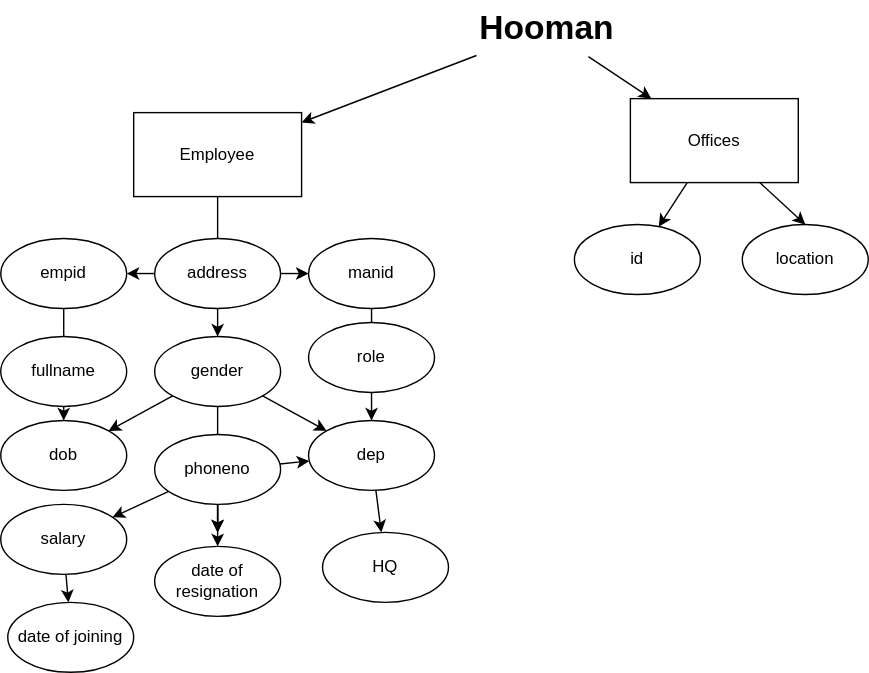
Earlier version of the draw.io export erd.drawio.svg (Ravish-Ranjan/sem2). Source tidied: cells renumbered, new cells last; positions are measured from the earlier drawing's top-left corner, leaving out a move shared by most shapes.
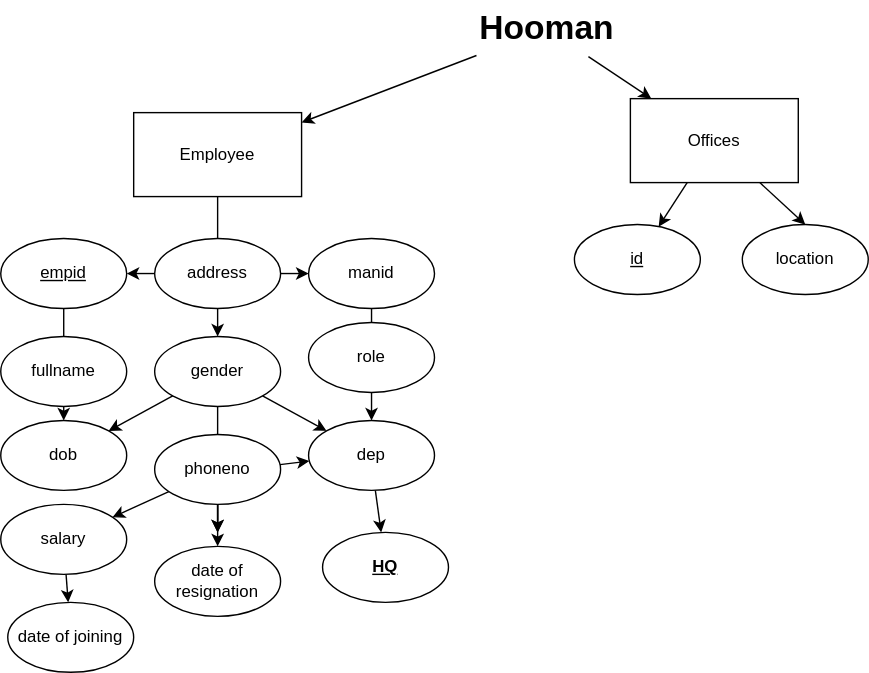
After the change.

The edit, as a diff of the source:
```diff
@@ -29,7 +29,7 @@
     <mxCell id="10" style="edgeStyle=none;html=1;" parent="1" edge="1" source="11" target="13">
       <mxGeometry relative="1" as="geometry" />
     </mxCell>
-    <mxCell id="11" value="empid" style="ellipse;whiteSpace=wrap;html=1;" parent="1" vertex="1">
+    <mxCell id="11" value="&lt;u&gt;empid&lt;/u&gt;" style="ellipse;whiteSpace=wrap;html=1;" parent="1" vertex="1">
       <mxGeometry y="170" width="90" height="50" as="geometry" />
     </mxCell>
     <mxCell id="12" value="fullname" style="ellipse;whiteSpace=wrap;html=1;" parent="1" vertex="1">
@@ -99,13 +99,13 @@
     <mxCell id="32" style="edgeStyle=none;html=1;exitX=0.5;exitY=1;exitDx=0;exitDy=0;" parent="1" edge="1" source="24" target="37">
       <mxGeometry relative="1" as="geometry" />
     </mxCell>
-    <mxCell id="33" value="id" style="ellipse;whiteSpace=wrap;html=1;" parent="1" vertex="1">
+    <mxCell id="33" value="&lt;u&gt;id&lt;/u&gt;" style="ellipse;whiteSpace=wrap;html=1;" parent="1" vertex="1">
       <mxGeometry x="410" y="160" width="90" height="50" as="geometry" />
     </mxCell>
     <mxCell id="34" value="location" style="ellipse;whiteSpace=wrap;html=1;" parent="1" vertex="1">
       <mxGeometry x="530" y="160" width="90" height="50" as="geometry" />
     </mxCell>
-    <mxCell id="35" value="HQ" style="ellipse;whiteSpace=wrap;html=1;" parent="1" vertex="1">
+    <mxCell id="35" value="&lt;b&gt;&lt;u&gt;HQ&lt;/u&gt;&lt;/b&gt;" style="ellipse;whiteSpace=wrap;html=1;" parent="1" vertex="1">
       <mxGeometry x="230" y="380" width="90" height="50" as="geometry" />
     </mxCell>
     <mxCell id="36" value="date of joining" style="ellipse;whiteSpace=wrap;html=1;" parent="1" vertex="1">
```
